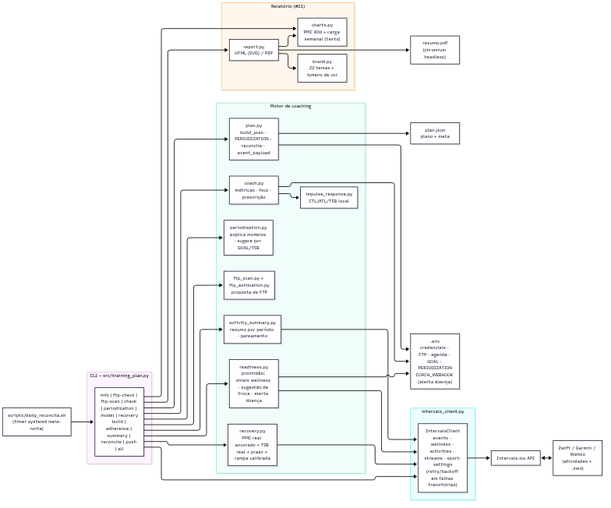
Above: docs/diagramas/componentes.png in valdelin/Hermes-coach (Mermaid), before the change. Its source is kept beside it as docs/diagramas/componentes.mmd.
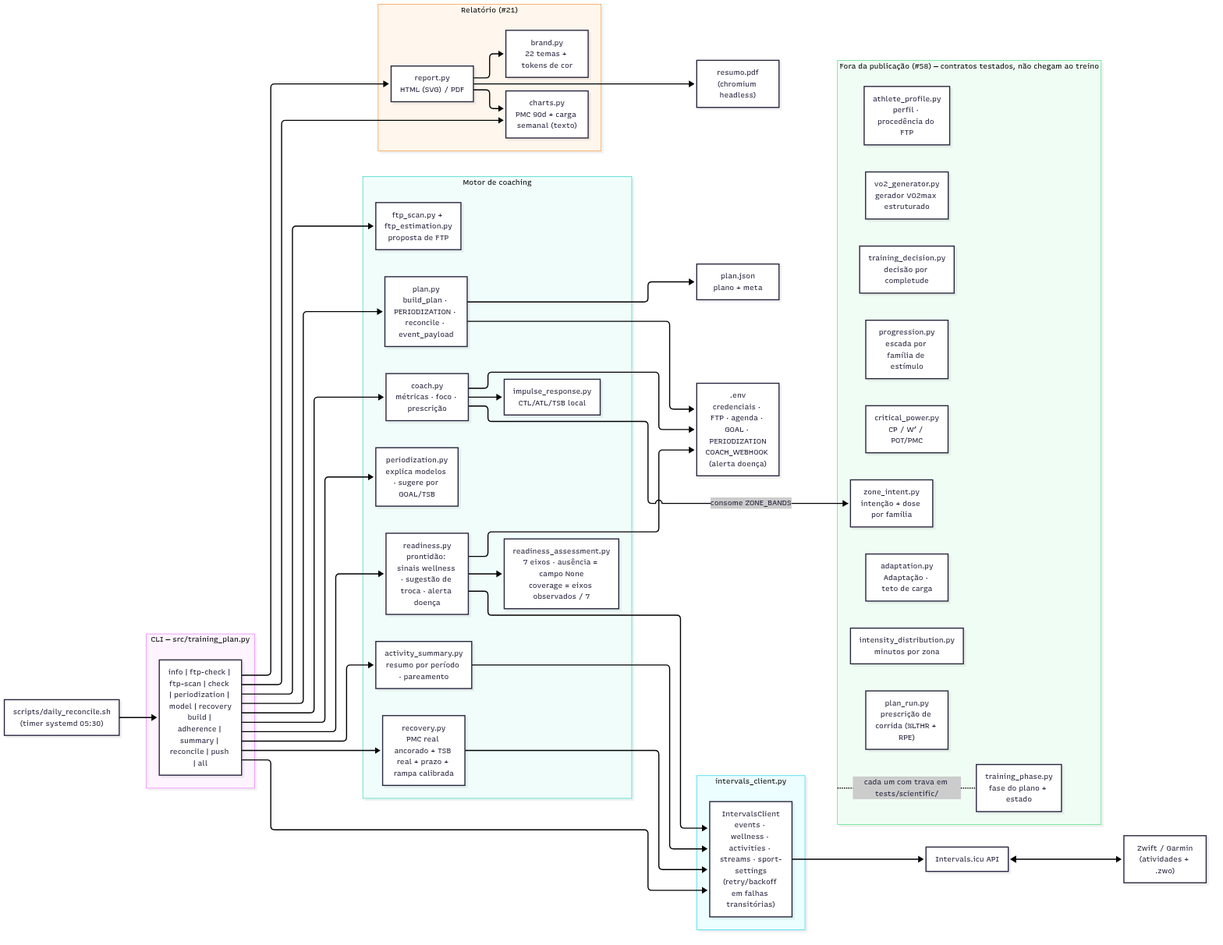
After the commit.

Diff of the diagram source:
```diff
@@ -11,6 +11,7 @@
         AS["activity_summary.py<br/>resumo por período · pareamento"]
         REC["recovery.py<br/>PMC real ancorado + TSB real + prazo + rampa calibrada"]
         RD["readiness.py<br/>prontidão: sinais wellness · sugestão de troca · alerta doença"]
+        RDA["readiness_assessment.py<br/>7 eixos · ausência = campo None<br/>coverage = eixos observados / 7"]
         PER["periodization.py<br/>explica modelos · sugere por GOAL/TSB"]
     end
 
@@ -24,12 +25,25 @@
         CLIENT["IntervalsClient<br/>events · wellness · activities · streams · sport-settings<br/>(retry/backoff em falhas transitórias)"]
     end
 
+    subgraph OFF["Fora da publicação (#58) — contratos testados, não chegam ao treino"]
+        TP["training_phase.py<br/>fase do plano + estado"]
+        TD["training_decision.py<br/>decisão por completude"]
+        PROG["progression.py<br/>escada por família de estímulo"]
+        VO2["vo2_generator.py<br/>gerador VO2max estruturado"]
+        ZI["zone_intent.py<br/>intenção + dose por família"]
+        ID["intensity_distribution.py<br/>minutos por zona"]
+        CP["critical_power.py<br/>CP / W′ / POT/PMC"]
+        AP["athlete_profile.py<br/>perfil · procedência do FTP"]
+        AD["adaptation.py<br/>Adaptação · teto de carga"]
+        PR["plan_run.py<br/>prescrição de corrida (%LTHR + RPE)"]
+    end
+
     ENV[".env<br/>credenciais · FTP · agenda · GOAL · PERIODIZATION<br/>COACH_WEBHOOK (alerta doença)"]
     PLANFILE["plan.json<br/>plano + meta"]
-    SH["scripts/daily_reconcile.sh<br/>(timer systemd meia-noite)"]
+    SH["scripts/daily_reconcile.sh<br/>(timer systemd 05:30)"]
 
     INTERVALS["Intervals.icu API"]
-    APPS["Zwift / Garmin / Wahoo<br/>(atividades + .zwo)"]
+    APPS["Zwift / Garmin<br/>(atividades + .zwo)"]
     PDF["resumo.pdf<br/>(chromium headless)"]
 
     CMD --> COACH
@@ -50,9 +64,13 @@
     AS --> CLIENT
     REC --> CLIENT
     RD --> CLIENT
+    RD --> RDA
     CLIENT --> INTERVALS
     INTERVALS <--> APPS
     SH --> CMD
     RP --> CH
     RP --> BR
     RP --> PDF
+
+    COACH -. "consome ZONE_BANDS" .-> ZI
+    OFF -. "cada um com trava em tests/scientific/" .- TP
```
